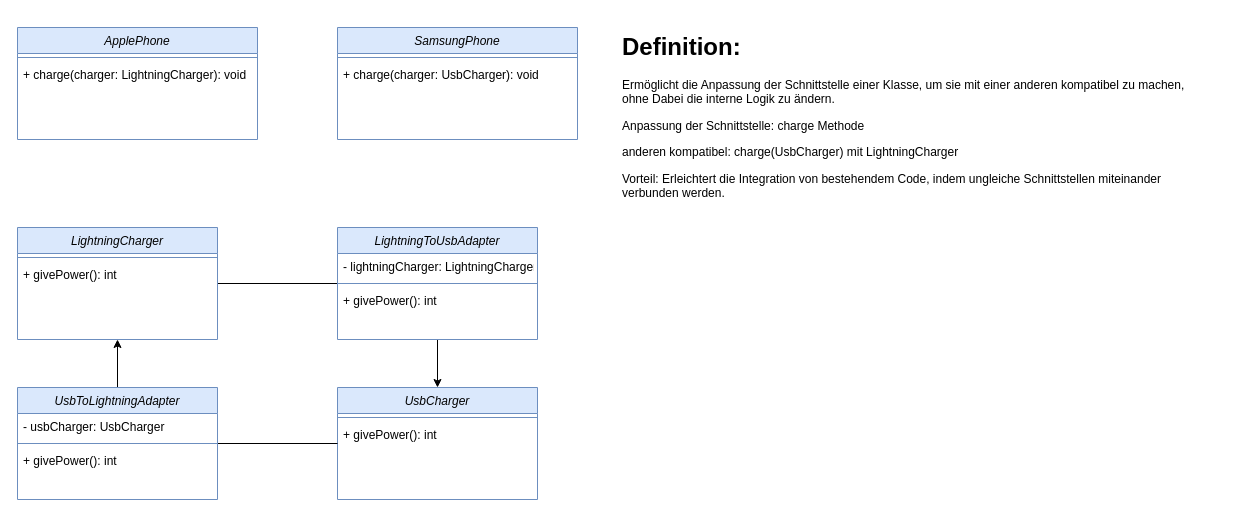
Before: page "Adapter" (6 of 7) of src/main/java/de/schulung/entwurfsmuster/behavioral/diagram.drawio in NetzkroneHD/Schulung-Entwurfsmuster, a draw.io diagram. Source tidied: cells renumbered, new cells numbered last; positions are measured from the earlier drawing's top-left corner, leaving out a move shared by most shapes. Both pictures are drawn from the tidied source at 100%, with x=0, y=0 at pixel (17, 27).
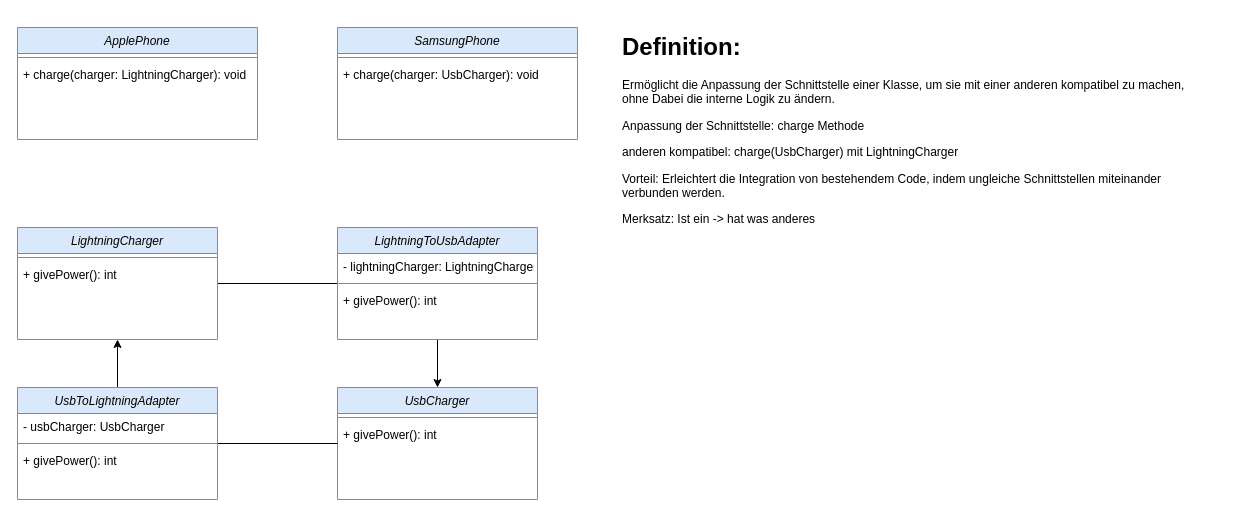
The same diagram, later.

Diff of the diagram source:
```diff
@@
-    <mxCell id="26" value="&lt;h1&gt;Definition:&lt;/h1&gt;&lt;p&gt;Ermöglicht die Anpassung der Schnittstelle einer Klasse, um sie mit einer anderen kompatibel zu machen, ohne Dabei die interne Logik zu ändern.&lt;/p&gt;&lt;p&gt;Anpassung der Schnittstelle: charge Methode&lt;/p&gt;&lt;p&gt;anderen kompatibel: charge(UsbCharger) mit LightningCharger&lt;/p&gt;&lt;p&gt;Vorteil: Erleichtert die Integration von bestehendem Code, indem ungleiche Schnittstellen miteinander verbunden werden.&lt;/p&gt;" style="text;html=1;strokeColor=none;fillColor=none;spacing=5;spacingTop=-20;whiteSpace=wrap;overflow=hidden;rounded=0;" parent="1" vertex="1">
+    <mxCell id="26" value="&lt;h1&gt;Definition:&lt;/h1&gt;&lt;p&gt;Ermöglicht die Anpassung der Schnittstelle einer Klasse, um sie mit einer anderen kompatibel zu machen, ohne Dabei die interne Logik zu ändern.&lt;/p&gt;&lt;p&gt;Anpassung der Schnittstelle: charge Methode&lt;/p&gt;&lt;p&gt;anderen kompatibel: charge(UsbCharger) mit LightningCharger&lt;/p&gt;&lt;p&gt;Vorteil: Erleichtert die Integration von bestehendem Code, indem ungleiche Schnittstellen miteinander verbunden werden.&lt;/p&gt;&lt;p&gt;Merksatz: Ist ein -&amp;gt; hat was anderes&lt;/p&gt;" style="text;html=1;strokeColor=none;fillColor=none;spacing=5;spacingTop=-20;whiteSpace=wrap;overflow=hidden;rounded=0;" parent="1" vertex="1">
       <mxGeometry x="600" width="600" height="200" as="geometry" />
     </mxCell>
```
